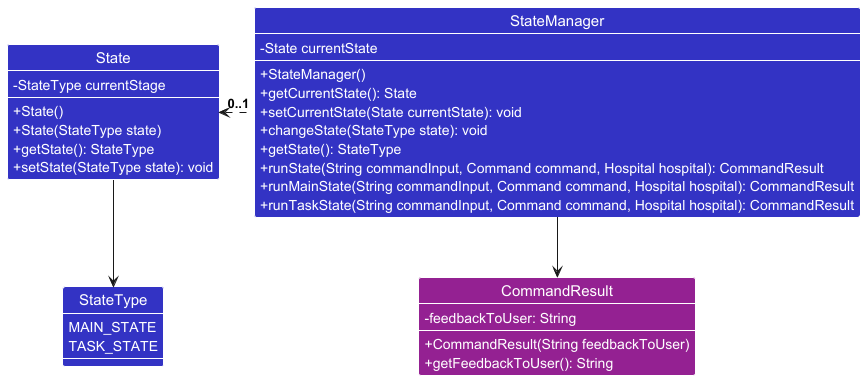
Earlier version of the PlantUML export docs/images/StateManagerClassDiagram.png (nus-cs2113-AY2425S1/tp).
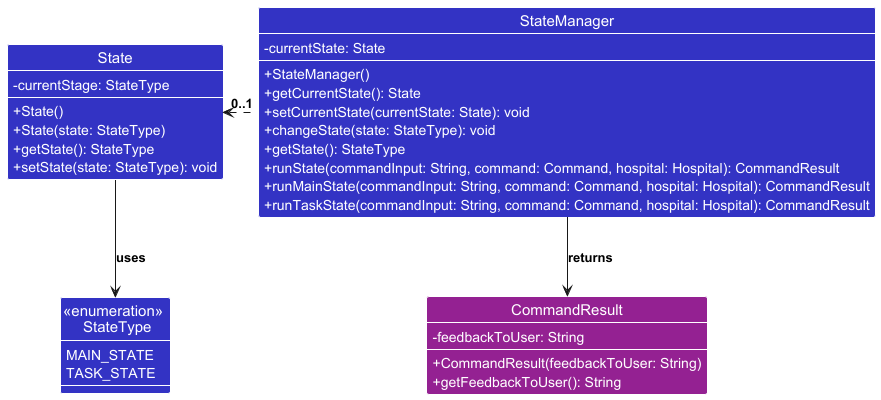
The same diagram one commit later.

Commit message:
Refactor class diagrams for improved readability

Change to the diagram source:
```diff
@@ -2,39 +2,39 @@
 
 !include style.puml
 
-class StateManager LOGIC_COLOR{
-    - State currentState
+class StateManager LOGIC_COLOR {
+    - currentState: State
     + StateManager()
     + getCurrentState(): State
-    + setCurrentState(State currentState): void
-    + changeState(StateType state): void
+    + setCurrentState(currentState: State): void
+    + changeState(state: StateType): void
     + getState(): StateType
-    + runState(String commandInput, Command command, Hospital hospital): CommandResult
-    + runMainState(String commandInput, Command command, Hospital hospital): CommandResult
-    + runTaskState(String commandInput, Command command, Hospital hospital): CommandResult
+    + runState(commandInput: String, command: Command, hospital: Hospital): CommandResult
+    + runMainState(commandInput: String, command: Command, hospital: Hospital): CommandResult
+    + runTaskState(commandInput: String, command: Command, hospital: Hospital): CommandResult
 }
 
-class State LOGIC_COLOR{
-    - StateType currentStage
+class State LOGIC_COLOR {
+    - currentStage: StateType
     + State()
-    + State(StateType state)
+    + State(state: StateType)
     + getState(): StateType
-    + setState(StateType state): void
+    + setState(state: StateType): void
 }
 
-enum StateType LOGIC_COLOR{
+enum "<<enumeration>> \n StateType" as StateType LOGIC_COLOR  {
     MAIN_STATE
     TASK_STATE
 }
 
-class CommandResult COMMAND_COLOR{
+class CommandResult COMMAND_COLOR {
     - feedbackToUser: String
-    + CommandResult(String feedbackToUser)
+    + CommandResult(feedbackToUser: String)
     + getFeedbackToUser(): String
 }
 
 StateManager .left.> "0..1" State
-State --> StateType
-StateManager --> CommandResult
+State --> StateType : "uses"
+StateManager --> CommandResult : "returns"
 
 @enduml
```
